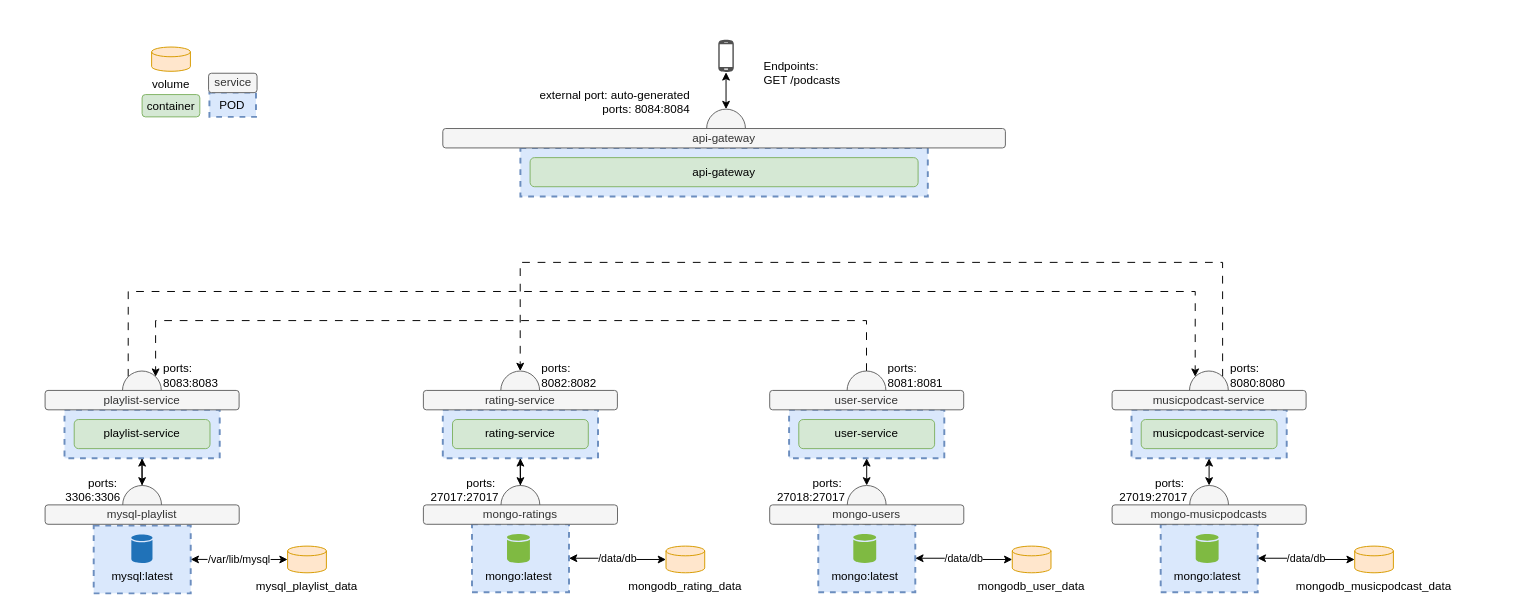
Earlier version of the draw.io diagram muziekservice.drawio (EvaBurghoorn/ProjectEDE_muziekservice). Source tidied: cells renumbered, new cells numbered last; positions are measured from the earlier drawing's top-left corner, leaving out a move shared by most shapes. Both pictures are drawn from the tidied source at 97%, with x=0, y=0 at pixel (16, 29).
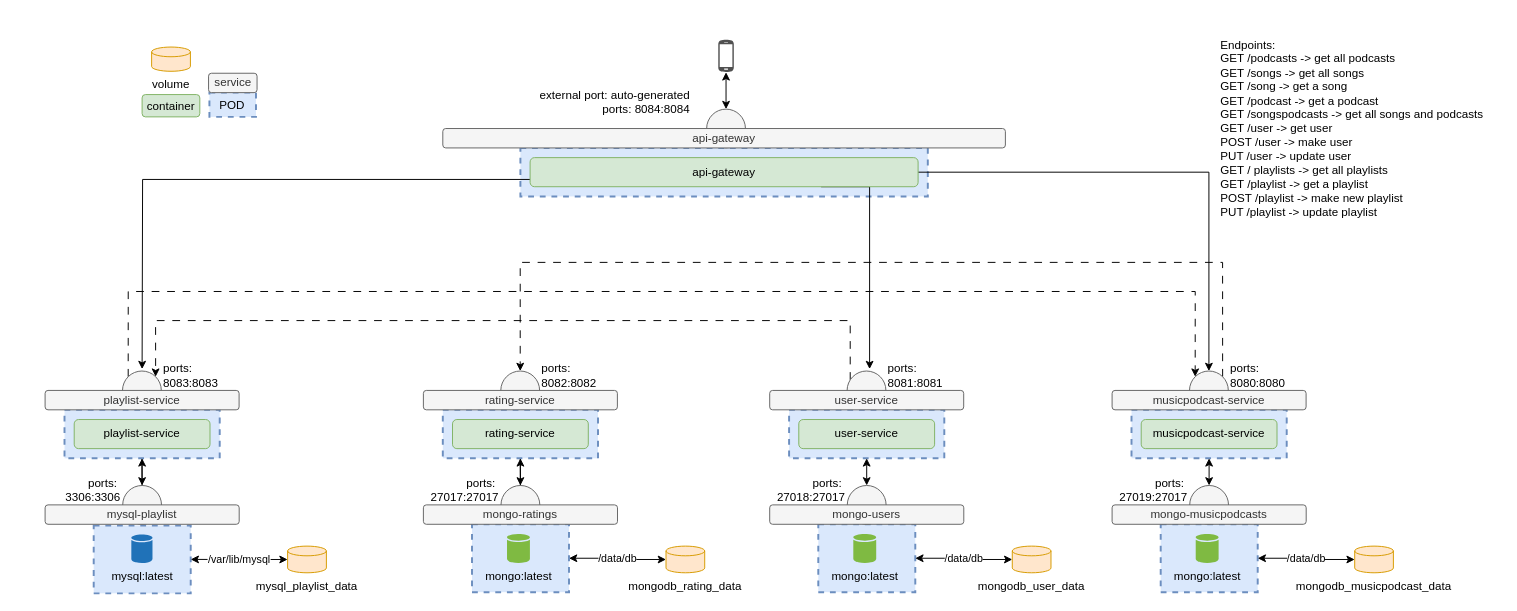
The same page after the edit.

The change refers to these unchanged cells:
```xml
<mxCell id="4" style="ellipse;whiteSpace=wrap;html=1;strokeWidth=1;fillColor=#f5f5f5;strokeColor=#666666;fontColor=#333333;" parent="1" vertex="1">
  <mxGeometry x="1208.8" y="352" width="40" height="40" as="geometry" />
</mxCell>
<mxCell id="17" style="ellipse;whiteSpace=wrap;html=1;strokeWidth=1;fillColor=#f5f5f5;strokeColor=#666666;fontColor=#333333;" parent="1" vertex="1">
  <mxGeometry x="855.8" y="352" width="40" height="40" as="geometry" />
</mxCell>
<mxCell id="44" style="ellipse;whiteSpace=wrap;html=1;strokeWidth=1;fillColor=#f5f5f5;strokeColor=#666666;fontColor=#333333;" parent="1" vertex="1">
  <mxGeometry x="108.8" y="352" width="40" height="40" as="geometry" />
</mxCell>
<mxCell id="65" value="api-gateway" style="rounded=1;whiteSpace=wrap;html=1;fillColor=#d5e8d4;strokeColor=#82b366;" parent="1" vertex="1">
  <mxGeometry x="529" y="132" width="400" height="30" as="geometry" />
</mxCell>
```

Change to the diagram source:
```diff
@@
     <mxCell id="16" style="edgeStyle=orthogonalEdgeStyle;rounded=0;jettySize=auto;html=1;entryX=1;entryY=0;entryDx=0;entryDy=0;dashed=1;dashPattern=8 8;" parent="1" edge="1" source="17" target="44">
       <mxGeometry relative="1" as="geometry">
         <Array as="points">
-          <mxPoint x="876" y="300" />
+          <mxPoint x="859" y="300" />
           <mxPoint x="143" y="300" />
         </Array>
       </mxGeometry>
     </mxCell>
@@
+    <mxCell id="71" style="edgeStyle=orthogonalEdgeStyle;rounded=0;jettySize=auto;html=1;exitX=0;exitY=0.75;exitDx=0;exitDy=0;" parent="1" edge="1" source="65">
+      <mxGeometry relative="1" as="geometry">
+        <mxPoint x="129" y="350" as="targetPoint" />
+      </mxGeometry>
+    </mxCell>
+    <mxCell id="72" style="edgeStyle=orthogonalEdgeStyle;rounded=0;jettySize=auto;html=1;exitX=1;exitY=0.5;exitDx=0;exitDy=0;entryX=0.5;entryY=0;entryDx=0;entryDy=0;" parent="1" edge="1" source="65" target="4">
+      <mxGeometry relative="1" as="geometry" />
+    </mxCell>
+    <mxCell id="73" style="edgeStyle=orthogonalEdgeStyle;rounded=0;jettySize=auto;html=1;exitX=0.75;exitY=1;exitDx=0;exitDy=0;" parent="1" edge="1" source="65">
+      <mxGeometry relative="1" as="geometry">
+        <mxPoint x="879" y="350" as="targetPoint" />
+        <Array as="points">
+          <mxPoint x="879" y="162" />
+        </Array>
+      </mxGeometry>
+    </mxCell>
@@
-    <mxCell id="70" value="Endpoints:&lt;br&gt;GET /podcasts" style="text;html=1;strokeColor=none;fillColor=none;align=left;verticalAlign=middle;whiteSpace=wrap;rounded=0;" parent="1" vertex="1">
-      <mxGeometry x="767.5" width="240" height="90" as="geometry" />
+    <mxCell id="70" value="Endpoints:&lt;br&gt;GET /podcasts -&amp;gt; get all podcasts&lt;br&gt;GET /songs -&amp;gt; get all songs&lt;br&gt;GET /song -&amp;gt; get a song&lt;br&gt;GET /podcast -&amp;gt; get a podcast&lt;br&gt;GET /songspodcasts -&amp;gt; get all songs and podcasts&lt;br&gt;GET /user -&amp;gt; get user&lt;br&gt;POST /user -&amp;gt; make user&lt;br&gt;PUT /user -&amp;gt; update user&lt;br&gt;GET / playlists -&amp;gt; get all playlists&lt;br&gt;GET /playlist -&amp;gt; get a playlist&lt;br&gt;POST /playlist -&amp;gt; make new playlist&lt;br&gt;PUT /playlist -&amp;gt; update playlist&lt;br&gt;" style="text;html=1;strokeColor=none;fillColor=none;align=left;verticalAlign=middle;whiteSpace=wrap;rounded=0;" parent="1" vertex="1">
+      <mxGeometry x="1238.9" y="-13" width="290" height="230" as="geometry" />
     </mxCell>
```
